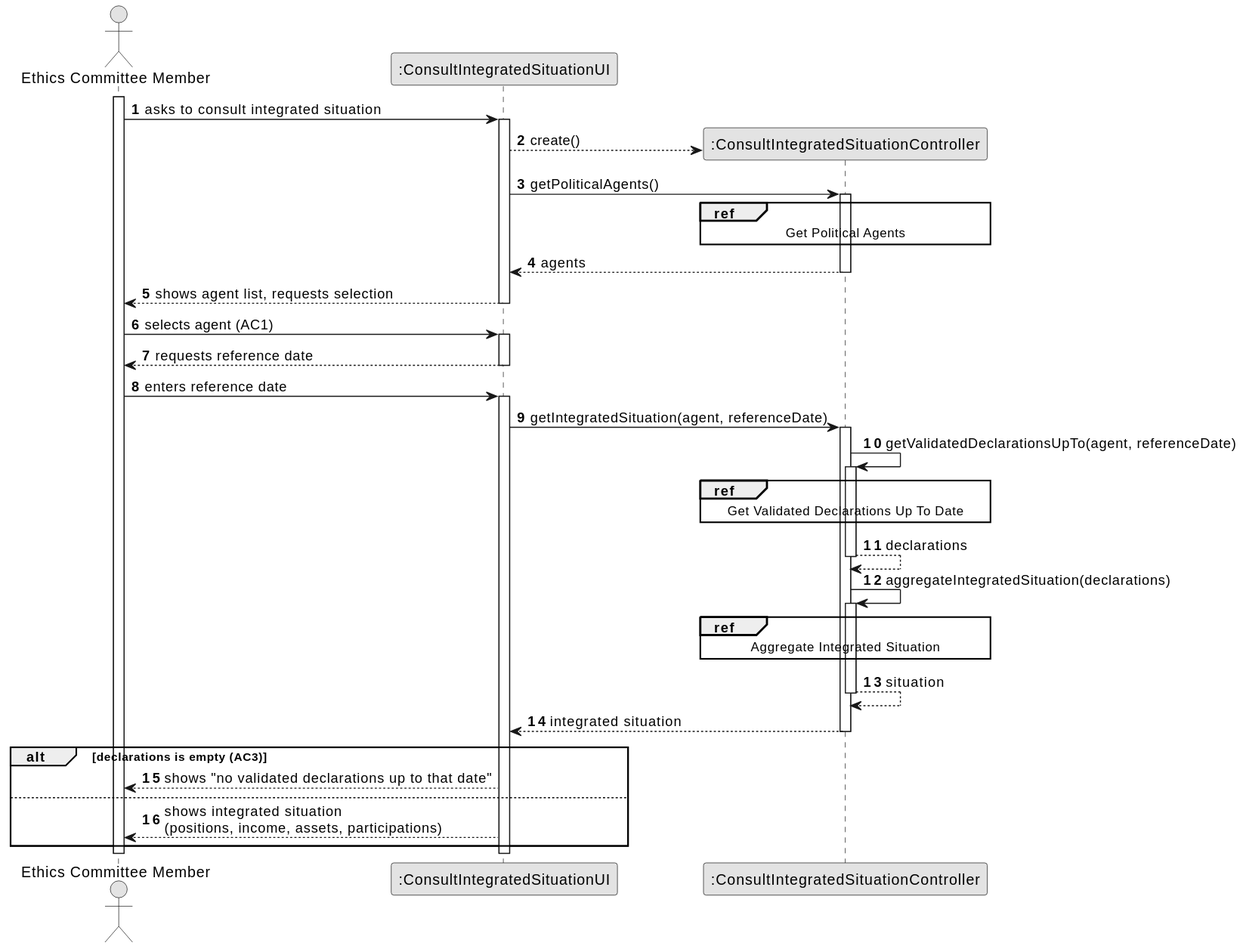
Above: docs/system-documentation/US09/03.design/svg/US09-SD-split.svg in brunodspinto/crystal-clear-platform (PlantUML), before the change. Its diagram source:
```plantuml
@startuml
skinparam monochrome true
skinparam packageStyle rectangle
skinparam shadowing false

autonumber

actor "Ethics Committee Member" as ECM
participant ":ConsultIntegratedSituationUI" as UI
participant ":ConsultIntegratedSituationController" as CTRL

activate ECM

    ECM -> UI : asks to consult integrated situation
    activate UI

        UI --> CTRL** : create()
        UI -> CTRL : getPoliticalAgents()
        ref over CTRL
            Get Political Agents
        end ref

        activate CTRL
            CTRL --> UI : agents
        deactivate CTRL

        UI --> ECM : shows agent list, requests selection
    deactivate UI

    ECM -> UI : selects agent (AC1)
    activate UI
        UI --> ECM : requests reference date
    deactivate UI

    ECM -> UI : enters reference date
    activate UI

        UI -> CTRL : getIntegratedSituation(agent, referenceDate)
        activate CTRL

            CTRL -> CTRL : getValidatedDeclarationsUpTo(agent, referenceDate)
            activate CTRL
                ref over CTRL
                    Get Validated Declarations Up To Date
                end ref
                CTRL --> CTRL : declarations
            deactivate CTRL

            CTRL -> CTRL : aggregateIntegratedSituation(declarations)
            activate CTRL
                ref over CTRL
                    Aggregate Integrated Situation
                end ref
                CTRL --> CTRL : situation
            deactivate CTRL

            CTRL --> UI : integrated situation
        deactivate CTRL

        alt declarations is empty (AC3)
            UI --> ECM : shows "no validated declarations up to that date"
        else
            UI --> ECM : shows integrated situation\n(positions, income, assets, participations)
        end

    deactivate UI

deactivate ECM
@enduml
```
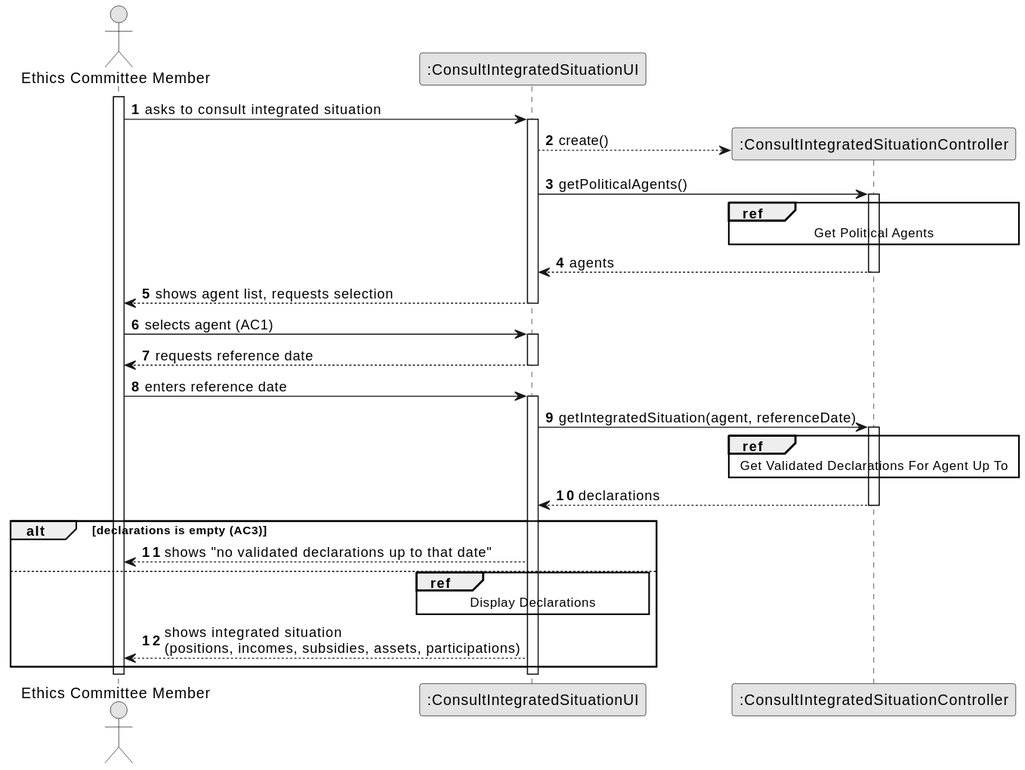
After the commit.

What changed in the source:
```diff
@@ -38,29 +38,20 @@
         UI -> CTRL : getIntegratedSituation(agent, referenceDate)
         activate CTRL
 
-            CTRL -> CTRL : getValidatedDeclarationsUpTo(agent, referenceDate)
-            activate CTRL
-                ref over CTRL
-                    Get Validated Declarations Up To Date
-                end ref
-                CTRL --> CTRL : declarations
-            deactivate CTRL
+            ref over CTRL
+                Get Validated Declarations For Agent Up To
+            end ref
 
-            CTRL -> CTRL : aggregateIntegratedSituation(declarations)
-            activate CTRL
-                ref over CTRL
-                    Aggregate Integrated Situation
-                end ref
-                CTRL --> CTRL : situation
-            deactivate CTRL
-
-            CTRL --> UI : integrated situation
+            CTRL --> UI : declarations
         deactivate CTRL
 
         alt declarations is empty (AC3)
             UI --> ECM : shows "no validated declarations up to that date"
         else
-            UI --> ECM : shows integrated situation\n(positions, income, assets, participations)
+            ref over UI
+                Display Declarations
+            end ref
+            UI --> ECM : shows integrated situation\n(positions, incomes, subsidies, assets, participations)
         end
 
     deactivate UI
```
